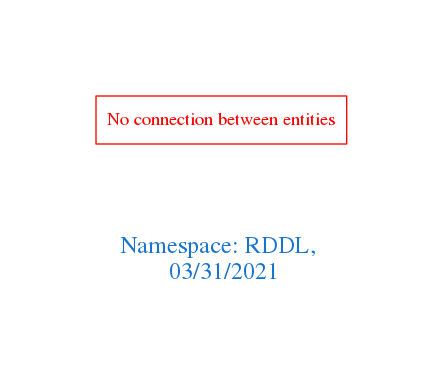
Earlier version of the Graphviz export downloads/RDDL.png (arago/OGIT). Its source is kept beside it as downloads/RDDL.dot.
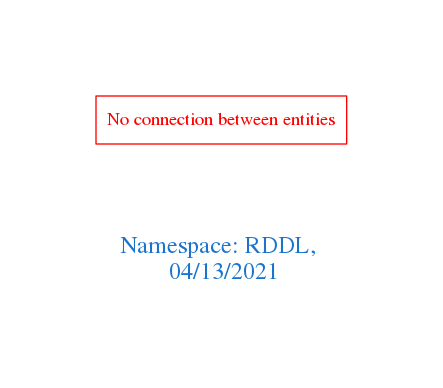
Above is the later version.

Change to the diagram source:
```diff
@@ -1,7 +1,7 @@
 digraph OGIT_ontology {
  graph [ rankdir= LR,pad=1
 fontsize = 18,
-fontcolor= dodgerblue3,label = "\n\n\nNamespace: RDDL, \n 03/31/2021"];
+fontcolor= dodgerblue3,label = "\n\n\nNamespace: RDDL, \n 04/13/2021"];
 node[shape=polygon];
 edge [  color="gray81"];
 
```
